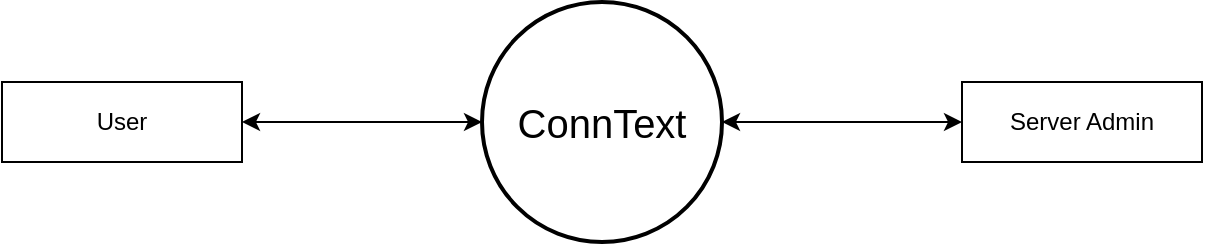
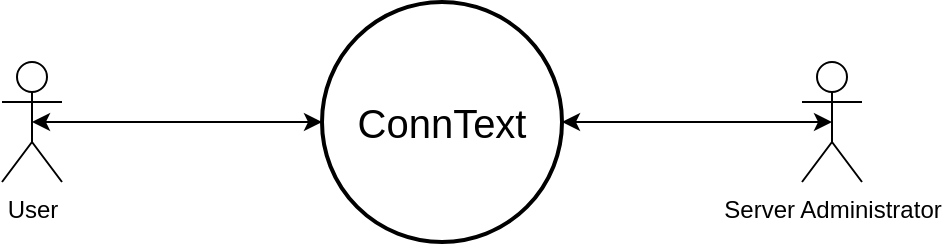
<mxfile host="app.diagrams.net">
  <diagram name="Page-1" id="_I_x5I8Rh0I92JXs-nNK">
    <mxGraphModel dx="1474" dy="938" grid="1" gridSize="10" guides="1" tooltips="1" connect="1" arrows="1" fold="1" page="1" pageScale="1" pageWidth="850" pageHeight="1100" math="0" shadow="0">
      <root>
        <mxCell id="0" />
        <mxCell id="1" parent="0" />
-         <mxCell id="hEoWeN_3TGCfkiUDM_YW-15" edge="1" parent="1" source="hEoWeN_3TGCfkiUDM_YW-1" style="edgeStyle=orthogonalEdgeStyle;rounded=0;orthogonalLoop=1;jettySize=auto;html=1;exitX=0;exitY=0.5;exitDx=0;exitDy=0;exitPerimeter=0;entryX=1;entryY=0.5;entryDx=0;entryDy=0;startArrow=classic;startFill=1;" target="hEoWeN_3TGCfkiUDM_YW-2">
-           <mxGeometry relative="1" as="geometry" />
+         <mxCell id="hEoWeN_3TGCfkiUDM_YW-15" edge="1" parent="1" source="hEoWeN_3TGCfkiUDM_YW-1" style="edgeStyle=orthogonalEdgeStyle;rounded=0;orthogonalLoop=1;jettySize=auto;html=1;exitX=0;exitY=0.5;exitDx=0;exitDy=0;exitPerimeter=0;entryX=0.5;entryY=0.5;entryDx=0;entryDy=0;startArrow=classic;startFill=1;entryPerimeter=0;" target="8djuoCadtVVKltURIYrj-1">
+           <mxGeometry relative="1" as="geometry">
+             <mxPoint x="280" y="460" as="targetPoint" />
+           </mxGeometry>
        </mxCell>
        <mxCell id="hEoWeN_3TGCfkiUDM_YW-1" parent="1" style="strokeWidth=2;html=1;shape=mxgraph.flowchart.start_2;whiteSpace=wrap;fontSize=24;" value="&lt;font style=&quot;font-size: 20px;&quot;&gt;ConnText&lt;/font&gt;" vertex="1">
          <mxGeometry height="120" width="120" x="400" y="400" as="geometry" />
        </mxCell>
-         <mxCell id="hEoWeN_3TGCfkiUDM_YW-2" parent="1" style="whiteSpace=wrap;html=1;align=center;" value="User" vertex="1">
-           <mxGeometry height="40" width="120" x="160" y="440" as="geometry" />
+         <mxCell id="hEoWeN_3TGCfkiUDM_YW-14" edge="1" parent="1" source="8djuoCadtVVKltURIYrj-7" style="edgeStyle=orthogonalEdgeStyle;rounded=0;orthogonalLoop=1;jettySize=auto;html=1;exitX=0.5;exitY=0.5;exitDx=0;exitDy=0;entryX=1;entryY=0.5;entryDx=0;entryDy=0;entryPerimeter=0;startArrow=classic;startFill=1;exitPerimeter=0;" target="hEoWeN_3TGCfkiUDM_YW-1">
+           <mxGeometry relative="1" as="geometry">
+             <mxPoint x="640" y="460" as="sourcePoint" />
+           </mxGeometry>
        </mxCell>
-         <mxCell id="hEoWeN_3TGCfkiUDM_YW-10" parent="1" style="whiteSpace=wrap;html=1;align=center;" value="Server Admin" vertex="1">
-           <mxGeometry height="40" width="120" x="640" y="440" as="geometry" />
-         </mxCell>
-         <mxCell id="hEoWeN_3TGCfkiUDM_YW-14" edge="1" parent="1" source="hEoWeN_3TGCfkiUDM_YW-10" style="edgeStyle=orthogonalEdgeStyle;rounded=0;orthogonalLoop=1;jettySize=auto;html=1;exitX=0;exitY=0.5;exitDx=0;exitDy=0;entryX=1;entryY=0.5;entryDx=0;entryDy=0;entryPerimeter=0;startArrow=classic;startFill=1;" target="hEoWeN_3TGCfkiUDM_YW-1">
-           <mxGeometry relative="1" as="geometry" />
-         </mxCell>
+         <UserObject label="User" id="8djuoCadtVVKltURIYrj-1">
+           <mxCell parent="1" style="shape=umlActor;verticalLabelPosition=bottom;verticalAlign=top;html=1;outlineConnect=0;" vertex="1">
+             <mxGeometry height="60" width="30" x="240" y="430" as="geometry" />
+           </mxCell>
+         </UserObject>
+         <UserObject label="Server Administrator" id="8djuoCadtVVKltURIYrj-7">
+           <mxCell parent="1" style="shape=umlActor;verticalLabelPosition=bottom;verticalAlign=top;html=1;outlineConnect=0;" vertex="1">
+             <mxGeometry height="60" width="30" x="640" y="430" as="geometry" />
+           </mxCell>
+         </UserObject>
      </root>
    </mxGraphModel>
  </diagram>
</mxfile>
